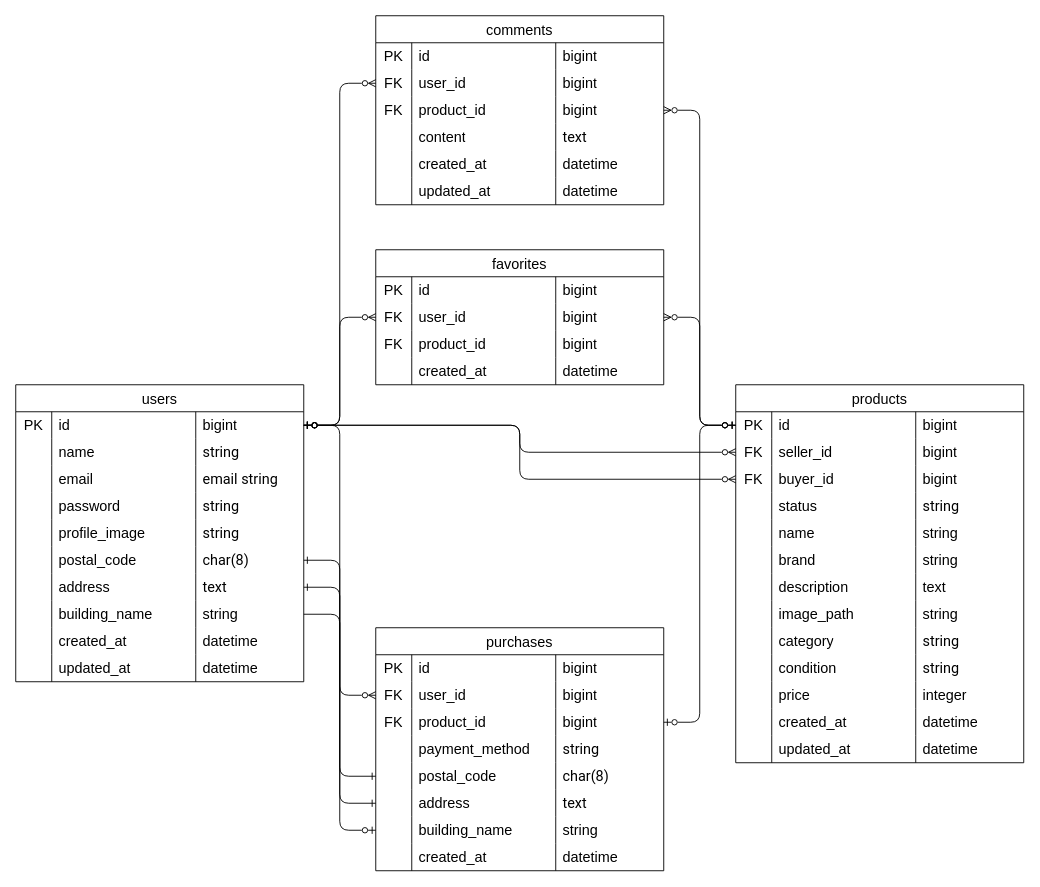
Above: page "ページ2" (1 of 2) of .dio in sub-law/mock-project-01-develop (draw.io), before the change. Source tidied: cells renumbered, new cells numbered last; positions are measured from the earlier drawing's top-left corner, leaving out a move shared by most shapes. Both pictures are drawn from the tidied source at 90%, with x=0, y=0 at pixel (15, 15).
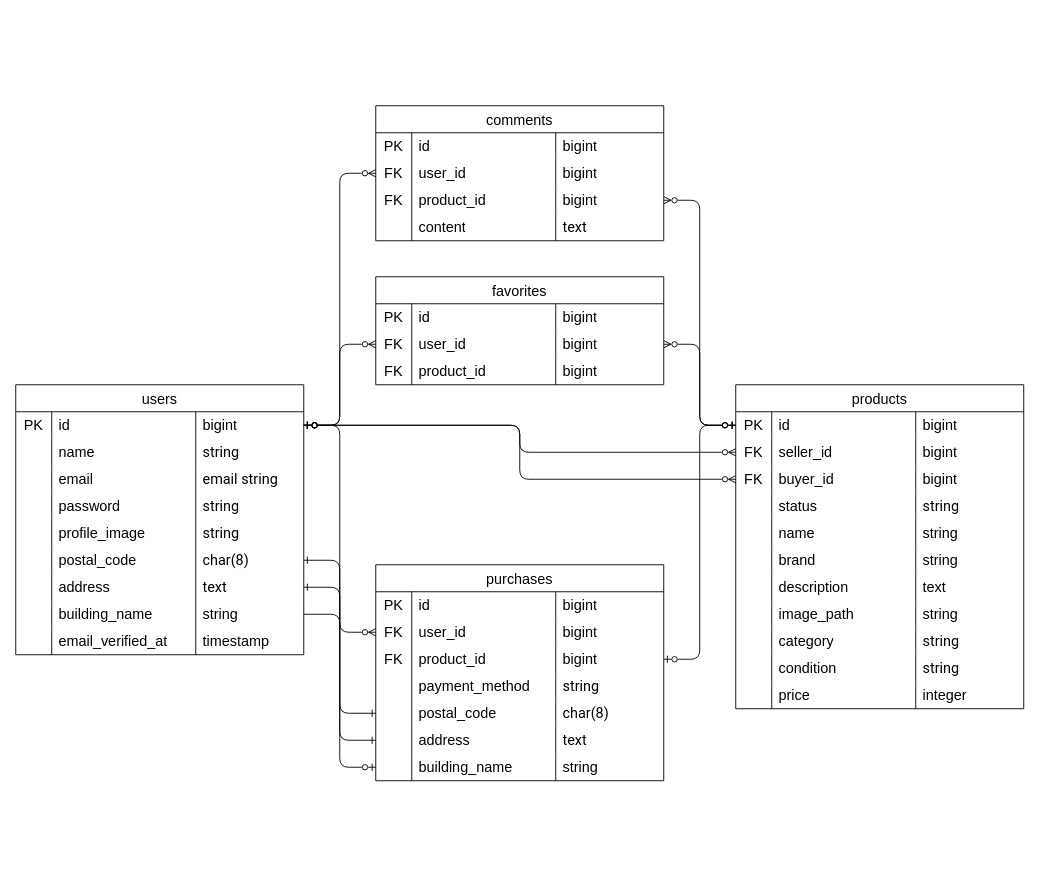
After the change.

Unchanged cells that the change refers to:
```xml
<mxCell id="35" style="shape=tableRow;horizontal=0;startSize=0;swimlaneHead=0;swimlaneBody=0;top=0;left=0;bottom=0;right=0;fillColor=none;strokeColor=inherit;fontSize=16;" parent="2" vertex="1">
  <mxGeometry y="270" width="320" height="30" as="geometry" />
</mxCell>
```

The edit, as a diff of the source:
```diff
@@
     <mxCell id="2" value="users" style="shape=table;startSize=30;childLayout=tableLayout;rowLines=0;fontStyle=0;strokeColor=default;fontSize=16;" parent="1" vertex="1">
-      <mxGeometry y="410" width="320" height="330" as="geometry" />
+      <mxGeometry y="410" width="320" height="300" as="geometry" />
     </mxCell>
@@
-    <mxCell id="37" value="&lt;span style=&quot;color: rgb(0, 0, 0); font-family: Arial;&quot;&gt;created_at&lt;/span&gt;" style="shape=partialRectangle;html=1;whiteSpace=wrap;fillColor=none;top=0;left=0;bottom=0;right=0;align=left;spacingLeft=6;overflow=hidden;strokeColor=inherit;fontSize=16;" parent="35" vertex="1">
+    <mxCell id="37" value="email_verified_at" style="shape=partialRectangle;html=1;whiteSpace=wrap;fillColor=none;top=0;left=0;bottom=0;right=0;align=left;spacingLeft=6;overflow=hidden;strokeColor=inherit;fontSize=16;" parent="35" vertex="1">
       <mxGeometry x="40" width="160" height="30" as="geometry" />
     </mxCell>
-    <mxCell id="38" value="&lt;span style=&quot;color: rgb(0, 0, 0); font-family: Arial;&quot;&gt;datetime&lt;/span&gt;" style="shape=partialRectangle;html=1;whiteSpace=wrap;fillColor=none;top=0;left=0;bottom=0;right=0;align=left;spacingLeft=6;overflow=hidden;strokeColor=inherit;fontSize=16;" parent="35" vertex="1">
+    <mxCell id="38" value="timestamp" style="shape=partialRectangle;html=1;whiteSpace=wrap;fillColor=none;top=0;left=0;bottom=0;right=0;align=left;spacingLeft=6;overflow=hidden;strokeColor=inherit;fontSize=16;" parent="35" vertex="1">
       <mxGeometry x="200" width="120" height="30" as="geometry" />
     </mxCell>
-    <mxCell id="39" style="shape=tableRow;horizontal=0;startSize=0;swimlaneHead=0;swimlaneBody=0;top=0;left=0;bottom=0;right=0;fillColor=none;strokeColor=inherit;fontSize=16;" parent="2" vertex="1">
-      <mxGeometry y="300" width="320" height="30" as="geometry" />
-    </mxCell>
-    <mxCell id="40" style="shape=partialRectangle;html=1;whiteSpace=wrap;fillColor=none;top=0;left=0;bottom=0;right=0;overflow=hidden;strokeColor=inherit;fontSize=16;" parent="39" vertex="1">
-      <mxGeometry width="40" height="30" as="geometry" />
-    </mxCell>
-    <mxCell id="41" value="&lt;span style=&quot;color: rgb(0, 0, 0); font-family: Arial;&quot;&gt;updated_at&lt;/span&gt;" style="shape=partialRectangle;html=1;whiteSpace=wrap;fillColor=none;top=0;left=0;bottom=0;right=0;align=left;spacingLeft=6;overflow=hidden;strokeColor=inherit;fontSize=16;" parent="39" vertex="1">
-      <mxGeometry x="40" width="160" height="30" as="geometry" />
-    </mxCell>
-    <mxCell id="42" value="&lt;span style=&quot;color: rgb(0, 0, 0); font-family: Arial;&quot;&gt;datetime&lt;/span&gt;" style="shape=partialRectangle;html=1;whiteSpace=wrap;fillColor=none;top=0;left=0;bottom=0;right=0;align=left;spacingLeft=6;overflow=hidden;strokeColor=inherit;fontSize=16;" parent="39" vertex="1">
-      <mxGeometry x="200" width="120" height="30" as="geometry" />
-    </mxCell>
     <mxCell id="43" value="comments" style="shape=table;startSize=30;childLayout=tableLayout;rowLines=0;fontStyle=0;strokeColor=default;fontSize=16;" parent="1" vertex="1">
-      <mxGeometry x="400" width="320" height="210" as="geometry" />
+      <mxGeometry x="400" y="100" width="320" height="150" as="geometry" />
     </mxCell>
@@
-    <mxCell id="60" style="shape=tableRow;horizontal=0;startSize=0;swimlaneHead=0;swimlaneBody=0;top=0;left=0;bottom=0;right=0;fillColor=none;strokeColor=inherit;fontSize=16;" parent="43" vertex="1">
-      <mxGeometry y="150" width="320" height="30" as="geometry" />
-    </mxCell>
-    <mxCell id="61" style="shape=partialRectangle;html=1;whiteSpace=wrap;fillColor=none;top=0;left=0;bottom=0;right=0;overflow=hidden;strokeColor=inherit;fontSize=16;" parent="60" vertex="1">
-      <mxGeometry width="40" height="30" as="geometry" />
-    </mxCell>
-    <mxCell id="62" value="&lt;span style=&quot;color: rgb(0, 0, 0); font-family: Arial;&quot;&gt;created_at&lt;/span&gt;" style="shape=partialRectangle;html=1;whiteSpace=wrap;fillColor=none;top=0;left=0;bottom=0;right=0;align=left;spacingLeft=6;overflow=hidden;strokeColor=inherit;fontSize=16;" parent="60" vertex="1">
-      <mxGeometry x="40" width="160" height="30" as="geometry" />
-    </mxCell>
-    <mxCell id="63" value="&lt;span style=&quot;color: rgb(0, 0, 0); font-family: Arial;&quot;&gt;datetime&lt;/span&gt;" style="shape=partialRectangle;html=1;whiteSpace=wrap;fillColor=none;top=0;left=0;bottom=0;right=0;align=left;spacingLeft=6;overflow=hidden;strokeColor=inherit;fontSize=16;" parent="60" vertex="1">
-      <mxGeometry x="200" width="120" height="30" as="geometry" />
-    </mxCell>
-    <mxCell id="64" style="shape=tableRow;horizontal=0;startSize=0;swimlaneHead=0;swimlaneBody=0;top=0;left=0;bottom=0;right=0;fillColor=none;strokeColor=inherit;fontSize=16;" parent="43" vertex="1">
-      <mxGeometry y="180" width="320" height="30" as="geometry" />
-    </mxCell>
-    <mxCell id="65" style="shape=partialRectangle;html=1;whiteSpace=wrap;fillColor=none;top=0;left=0;bottom=0;right=0;overflow=hidden;strokeColor=inherit;fontSize=16;" parent="64" vertex="1">
-      <mxGeometry width="40" height="30" as="geometry" />
-    </mxCell>
-    <mxCell id="66" value="&lt;span style=&quot;color: rgb(0, 0, 0); font-family: Arial;&quot;&gt;updated_at&lt;/span&gt;" style="shape=partialRectangle;html=1;whiteSpace=wrap;fillColor=none;top=0;left=0;bottom=0;right=0;align=left;spacingLeft=6;overflow=hidden;strokeColor=inherit;fontSize=16;" parent="64" vertex="1">
-      <mxGeometry x="40" width="160" height="30" as="geometry" />
-    </mxCell>
-    <mxCell id="67" value="&lt;span style=&quot;color: rgb(0, 0, 0); font-family: Arial;&quot;&gt;datetime&lt;/span&gt;" style="shape=partialRectangle;html=1;whiteSpace=wrap;fillColor=none;top=0;left=0;bottom=0;right=0;align=left;spacingLeft=6;overflow=hidden;strokeColor=inherit;fontSize=16;" parent="64" vertex="1">
-      <mxGeometry x="200" width="120" height="30" as="geometry" />
-    </mxCell>
     <mxCell id="68" value="favorites" style="shape=table;startSize=30;childLayout=tableLayout;rowLines=0;fontStyle=0;strokeColor=default;fontSize=16;" parent="1" vertex="1">
-      <mxGeometry x="400" y="260" width="320" height="150" as="geometry" />
+      <mxGeometry x="400" y="290" width="320" height="120" as="geometry" />
     </mxCell>
@@
-    <mxCell id="81" style="shape=tableRow;horizontal=0;startSize=0;swimlaneHead=0;swimlaneBody=0;top=0;left=0;bottom=0;right=0;fillColor=none;strokeColor=inherit;fontSize=16;" parent="68" vertex="1">
-      <mxGeometry y="120" width="320" height="30" as="geometry" />
-    </mxCell>
-    <mxCell id="82" style="shape=partialRectangle;html=1;whiteSpace=wrap;fillColor=none;top=0;left=0;bottom=0;right=0;overflow=hidden;strokeColor=inherit;fontSize=16;" parent="81" vertex="1">
-      <mxGeometry width="40" height="30" as="geometry" />
-    </mxCell>
-    <mxCell id="83" value="&lt;span style=&quot;color: rgb(0, 0, 0); font-family: Arial;&quot;&gt;created_at&lt;/span&gt;" style="shape=partialRectangle;html=1;whiteSpace=wrap;fillColor=none;top=0;left=0;bottom=0;right=0;align=left;spacingLeft=6;overflow=hidden;strokeColor=inherit;fontSize=16;" parent="81" vertex="1">
-      <mxGeometry x="40" width="160" height="30" as="geometry" />
-    </mxCell>
-    <mxCell id="84" value="&lt;span style=&quot;color: rgb(0, 0, 0); font-family: Arial;&quot;&gt;datetime&lt;/span&gt;" style="shape=partialRectangle;html=1;whiteSpace=wrap;fillColor=none;top=0;left=0;bottom=0;right=0;align=left;spacingLeft=6;overflow=hidden;strokeColor=inherit;fontSize=16;" parent="81" vertex="1">
-      <mxGeometry x="200" width="120" height="30" as="geometry" />
-    </mxCell>
     <mxCell id="85" value="products" style="shape=table;startSize=30;childLayout=tableLayout;rowLines=0;fontStyle=0;strokeColor=default;fontSize=16;" parent="1" vertex="1">
-      <mxGeometry x="800" y="410" width="320" height="420" as="geometry" />
+      <mxGeometry x="800" y="410" width="320" height="360" as="geometry" />
     </mxCell>
@@
-    <mxCell id="130" style="shape=tableRow;horizontal=0;startSize=0;swimlaneHead=0;swimlaneBody=0;top=0;left=0;bottom=0;right=0;fillColor=none;strokeColor=inherit;fontSize=16;" parent="85" vertex="1">
-      <mxGeometry y="360" width="320" height="30" as="geometry" />
-    </mxCell>
-    <mxCell id="131" style="shape=partialRectangle;html=1;whiteSpace=wrap;fillColor=none;top=0;left=0;bottom=0;right=0;overflow=hidden;strokeColor=inherit;fontSize=16;" parent="130" vertex="1">
-      <mxGeometry width="40" height="30" as="geometry" />
-    </mxCell>
-    <mxCell id="132" value="&lt;span style=&quot;color: rgb(0, 0, 0); font-family: Arial;&quot;&gt;created_at&lt;/span&gt;" style="shape=partialRectangle;html=1;whiteSpace=wrap;fillColor=none;top=0;left=0;bottom=0;right=0;align=left;spacingLeft=6;overflow=hidden;strokeColor=inherit;fontSize=16;" parent="130" vertex="1">
-      <mxGeometry x="40" width="160" height="30" as="geometry" />
-    </mxCell>
-    <mxCell id="133" value="&lt;span style=&quot;color: rgb(0, 0, 0); font-family: Arial;&quot;&gt;datetime&lt;/span&gt;" style="shape=partialRectangle;html=1;whiteSpace=wrap;fillColor=none;top=0;left=0;bottom=0;right=0;align=left;spacingLeft=6;overflow=hidden;strokeColor=inherit;fontSize=16;" parent="130" vertex="1">
-      <mxGeometry x="200" width="120" height="30" as="geometry" />
-    </mxCell>
-    <mxCell id="134" style="shape=tableRow;horizontal=0;startSize=0;swimlaneHead=0;swimlaneBody=0;top=0;left=0;bottom=0;right=0;fillColor=none;strokeColor=inherit;fontSize=16;" parent="85" vertex="1">
-      <mxGeometry y="390" width="320" height="30" as="geometry" />
-    </mxCell>
-    <mxCell id="135" style="shape=partialRectangle;html=1;whiteSpace=wrap;fillColor=none;top=0;left=0;bottom=0;right=0;overflow=hidden;strokeColor=inherit;fontSize=16;" parent="134" vertex="1">
-      <mxGeometry width="40" height="30" as="geometry" />
-    </mxCell>
-    <mxCell id="136" value="&lt;span style=&quot;color: rgb(0, 0, 0); font-family: Arial;&quot;&gt;updated_at&lt;/span&gt;" style="shape=partialRectangle;html=1;whiteSpace=wrap;fillColor=none;top=0;left=0;bottom=0;right=0;align=left;spacingLeft=6;overflow=hidden;strokeColor=inherit;fontSize=16;" parent="134" vertex="1">
-      <mxGeometry x="40" width="160" height="30" as="geometry" />
-    </mxCell>
-    <mxCell id="137" value="&lt;span style=&quot;color: rgb(0, 0, 0); font-family: Arial;&quot;&gt;datetime&lt;/span&gt;" style="shape=partialRectangle;html=1;whiteSpace=wrap;fillColor=none;top=0;left=0;bottom=0;right=0;align=left;spacingLeft=6;overflow=hidden;strokeColor=inherit;fontSize=16;" parent="134" vertex="1">
-      <mxGeometry x="200" width="120" height="30" as="geometry" />
-    </mxCell>
@@
     <mxCell id="144" value="purchases" style="shape=table;startSize=30;childLayout=tableLayout;rowLines=0;fontStyle=0;strokeColor=default;fontSize=16;" parent="1" vertex="1">
-      <mxGeometry x="400" y="680" width="320" height="270" as="geometry" />
+      <mxGeometry x="400" y="610" width="320" height="240" as="geometry" />
     </mxCell>
@@
-    <mxCell id="173" style="shape=tableRow;horizontal=0;startSize=0;swimlaneHead=0;swimlaneBody=0;top=0;left=0;bottom=0;right=0;fillColor=none;strokeColor=inherit;fontSize=16;" parent="144" vertex="1">
-      <mxGeometry y="240" width="320" height="30" as="geometry" />
-    </mxCell>
-    <mxCell id="174" style="shape=partialRectangle;html=1;whiteSpace=wrap;fillColor=none;top=0;left=0;bottom=0;right=0;overflow=hidden;strokeColor=inherit;fontSize=16;" parent="173" vertex="1">
-      <mxGeometry width="40" height="30" as="geometry" />
-    </mxCell>
-    <mxCell id="175" value="&lt;span style=&quot;color: rgb(0, 0, 0); font-family: Arial;&quot;&gt;created_at&lt;/span&gt;" style="shape=partialRectangle;html=1;whiteSpace=wrap;fillColor=none;top=0;left=0;bottom=0;right=0;align=left;spacingLeft=6;overflow=hidden;strokeColor=inherit;fontSize=16;" parent="173" vertex="1">
-      <mxGeometry x="40" width="160" height="30" as="geometry" />
-    </mxCell>
-    <mxCell id="176" value="&lt;span style=&quot;color: rgb(0, 0, 0); font-family: Arial;&quot;&gt;datetime&lt;/span&gt;" style="shape=partialRectangle;html=1;whiteSpace=wrap;fillColor=none;top=0;left=0;bottom=0;right=0;align=left;spacingLeft=6;overflow=hidden;strokeColor=inherit;fontSize=16;" parent="173" vertex="1">
-      <mxGeometry x="200" width="120" height="30" as="geometry" />
-    </mxCell>
```
